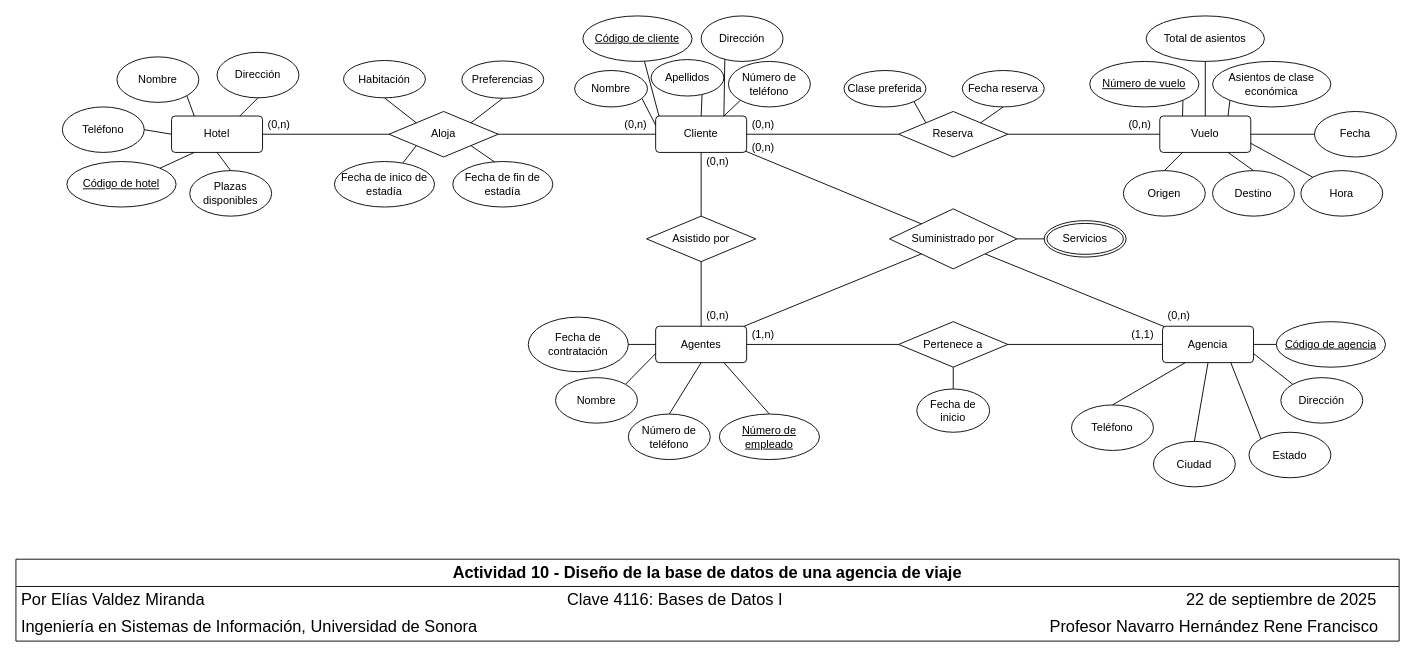
EliasValdezMiranda/Bases_de_Datos_I_Elias_Valdez_Miranda keeps this draw.io diagram as 10.- Diseño de la BD de una agencia de viajes/10.- Diseño de la BD de una agencia de viajes.drawio. Above is the earlier version. Source tidied: cells renumbered, new cells numbered last; positions are measured from the earlier drawing's top-left corner, leaving out a move shared by most shapes. Both pictures are drawn from the tidied source at 91%, with x=0, y=0 at pixel (15, 15).
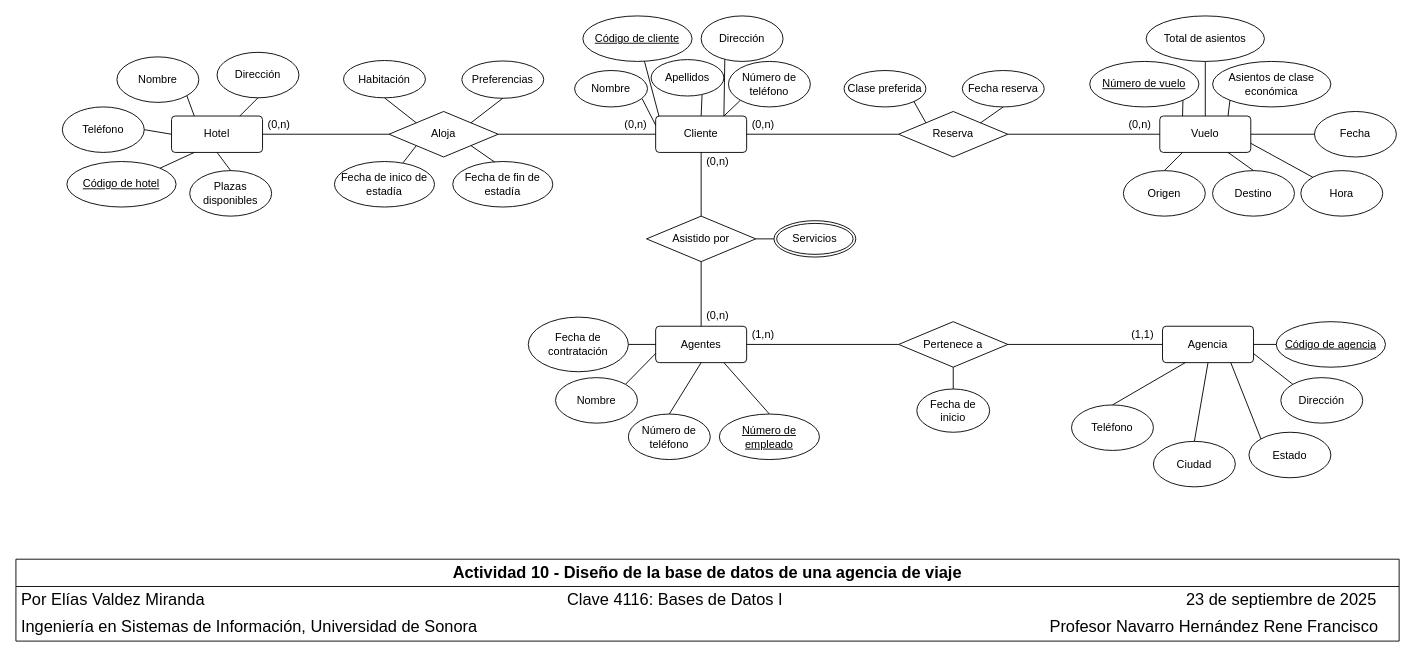
After the change.

Commit message (it also covers changes not shown here):
Actividad 10 - Correcciones agregadas

Unchanged cells that the change refers to:
```xml
<mxCell id="2" value="&lt;font style=&quot;font-size: 18px;&quot;&gt;&lt;b&gt;Actividad 10 - Diseño de la base de datos de una agencia de viaje&lt;/b&gt;&lt;/font&gt;" style="swimlane;fontStyle=0;horizontal=1;startSize=30;whiteSpace=wrap;html=1;" parent="1" vertex="1">
  <mxGeometry y="597" width="1520" height="90" as="geometry" />
</mxCell>
<mxCell id="20" value="Cliente" style="rounded=1;arcSize=10;whiteSpace=wrap;html=1;align=center;" parent="1" vertex="1">
  <mxGeometry x="703" y="110" width="100" height="40" as="geometry" />
</mxCell>
<mxCell id="26" value="Agencia" style="rounded=1;arcSize=10;whiteSpace=wrap;html=1;align=center;" parent="1" vertex="1">
  <mxGeometry x="1260" y="341" width="100" height="40" as="geometry" />
</mxCell>
<mxCell id="32" value="Agentes" style="rounded=1;arcSize=10;whiteSpace=wrap;html=1;align=center;" parent="1" vertex="1">
  <mxGeometry x="703" y="341" width="100" height="40" as="geometry" />
</mxCell>
<mxCell id="40" value="Asistido por" style="shape=rhombus;perimeter=rhombusPerimeter;whiteSpace=wrap;html=1;align=center;" parent="1" vertex="1">
  <mxGeometry x="693" y="220" width="120" height="50" as="geometry" />
</mxCell>
```

Change to the diagram source:
```diff
@@
-    <mxCell id="3" value="&lt;font style=&quot;font-size: 18px;&quot;&gt;Por Elías Valdez Miranda&lt;span style=&quot;white-space: pre;&quot;&gt;&#9;&lt;/span&gt;&lt;span style=&quot;white-space: pre;&quot;&gt;&#9;&lt;/span&gt;&lt;span style=&quot;white-space: pre;&quot;&gt;&#9;&lt;/span&gt;&lt;span style=&quot;white-space: pre;&quot;&gt;&#9;&lt;/span&gt;&lt;span style=&quot;white-space: pre;&quot;&gt;&#9;&lt;/span&gt;&lt;span style=&quot;white-space: pre;&quot;&gt;&#9;&lt;/span&gt;&lt;span style=&quot;white-space: pre;&quot;&gt;&#9;&lt;/span&gt;&lt;span style=&quot;white-space: pre;&quot;&gt;&#9;&lt;/span&gt;&lt;span style=&quot;white-space: pre;&quot;&gt;&#9;&lt;/span&gt;&lt;span style=&quot;white-space: pre;&quot;&gt;&#9;&lt;/span&gt;Clave 4116: Bases de Datos I&lt;span style=&quot;white-space: pre;&quot;&gt;&#9;&lt;span style=&quot;white-space: pre;&quot;&gt;&#9;&lt;/span&gt;&lt;span style=&quot;white-space: pre;&quot;&gt;&#9;&lt;/span&gt;&lt;span style=&quot;white-space: pre;&quot;&gt;&#9;&lt;/span&gt;&lt;span style=&quot;white-space: pre;&quot;&gt;&#9;&lt;/span&gt;&lt;span style=&quot;white-space: pre;&quot;&gt;&#9;&lt;/span&gt;&lt;span style=&quot;white-space: pre;&quot;&gt;&#9;&lt;span style=&quot;white-space: pre;&quot;&gt;&#9;&lt;span style=&quot;white-space: pre;&quot;&gt;&#9;&lt;span style=&quot;white-space: pre;&quot;&gt;&#9;&lt;span style=&quot;white-space: pre;&quot;&gt;&#9;&lt;span style=&quot;white-space: pre;&quot;&gt;&#9;&lt;/span&gt;&lt;/span&gt;&lt;/span&gt;&lt;/span&gt;&lt;/span&gt;&lt;/span&gt;&lt;/span&gt;&lt;span style=&quot;white-space: pre;&quot;&gt;2&lt;/span&gt;2&amp;nbsp;de septiembre de 2025&lt;/font&gt;" style="text;strokeColor=none;fillColor=none;align=left;verticalAlign=middle;spacingLeft=4;spacingRight=4;overflow=hidden;whiteSpace=wrap;html=1;" parent="2" vertex="1">
+    <mxCell id="3" value="&lt;font style=&quot;font-size: 18px;&quot;&gt;Por Elías Valdez Miranda&lt;span style=&quot;white-space: pre;&quot;&gt;&#9;&lt;/span&gt;&lt;span style=&quot;white-space: pre;&quot;&gt;&#9;&lt;/span&gt;&lt;span style=&quot;white-space: pre;&quot;&gt;&#9;&lt;/span&gt;&lt;span style=&quot;white-space: pre;&quot;&gt;&#9;&lt;/span&gt;&lt;span style=&quot;white-space: pre;&quot;&gt;&#9;&lt;/span&gt;&lt;span style=&quot;white-space: pre;&quot;&gt;&#9;&lt;/span&gt;&lt;span style=&quot;white-space: pre;&quot;&gt;&#9;&lt;/span&gt;&lt;span style=&quot;white-space: pre;&quot;&gt;&#9;&lt;/span&gt;&lt;span style=&quot;white-space: pre;&quot;&gt;&#9;&lt;/span&gt;&lt;span style=&quot;white-space: pre;&quot;&gt;&#9;&lt;/span&gt;Clave 4116: Bases de Datos I&lt;span style=&quot;white-space: pre;&quot;&gt;&#9;&lt;span style=&quot;white-space: pre;&quot;&gt;&#9;&lt;/span&gt;&lt;span style=&quot;white-space: pre;&quot;&gt;&#9;&lt;/span&gt;&lt;span style=&quot;white-space: pre;&quot;&gt;&#9;&lt;/span&gt;&lt;span style=&quot;white-space: pre;&quot;&gt;&#9;&lt;/span&gt;&lt;span style=&quot;white-space: pre;&quot;&gt;&#9;&lt;/span&gt;&lt;span style=&quot;white-space: pre;&quot;&gt;&#9;&lt;span style=&quot;white-space: pre;&quot;&gt;&#9;&lt;span style=&quot;white-space: pre;&quot;&gt;&#9;&lt;span style=&quot;white-space: pre;&quot;&gt;&#9;&lt;span style=&quot;white-space: pre;&quot;&gt;&#9;&lt;span style=&quot;white-space: pre;&quot;&gt;&#9;&lt;/span&gt;&lt;/span&gt;&lt;/span&gt;&lt;/span&gt;&lt;/span&gt;&lt;/span&gt;&lt;/span&gt;&lt;span style=&quot;white-space: pre;&quot;&gt;23&lt;/span&gt;&amp;nbsp;de septiembre de 2025&lt;/font&gt;" style="text;strokeColor=none;fillColor=none;align=left;verticalAlign=middle;spacingLeft=4;spacingRight=4;overflow=hidden;whiteSpace=wrap;html=1;" parent="2" vertex="1">
       <mxGeometry y="30" width="1520" height="30" as="geometry" />
     </mxCell>
@@
-    <mxCell id="95" style="endArrow=none;html=1;rounded=0;exitX=1;exitY=0.5;exitDx=0;exitDy=0;entryX=0;entryY=0.5;entryDx=0;entryDy=0;" parent="1" edge="1" source="99" target="96">
+    <mxCell id="95" style="endArrow=none;html=1;rounded=0;exitX=1;exitY=0.5;exitDx=0;exitDy=0;entryX=0;entryY=0.5;entryDx=0;entryDy=0;" parent="1" edge="1" source="40" target="96">
       <mxGeometry relative="1" as="geometry" />
     </mxCell>
     <mxCell id="96" value="Servicios" style="ellipse;shape=doubleEllipse;margin=3;whiteSpace=wrap;html=1;align=center;" parent="1" vertex="1">
-      <mxGeometry x="1130" y="225" width="90" height="40" as="geometry" />
+      <mxGeometry x="833" y="225" width="90" height="40" as="geometry" />
     </mxCell>
@@
-    <mxCell id="99" value="Suministrado por" style="shape=rhombus;perimeter=rhombusPerimeter;whiteSpace=wrap;html=1;align=center;" parent="1" vertex="1">
-      <mxGeometry x="960" y="212" width="140" height="66" as="geometry" />
-    </mxCell>
-    <mxCell id="100" style="endArrow=none;html=1;rounded=0;entryX=0;entryY=1;entryDx=0;entryDy=0;exitX=0.971;exitY=0.001;exitDx=0;exitDy=0;exitPerimeter=0;" parent="1" edge="1" source="32" target="99">
-      <mxGeometry relative="1" as="geometry" />
-    </mxCell>
-    <mxCell id="101" style="endArrow=none;html=1;rounded=0;entryX=0;entryY=0;entryDx=0;entryDy=0;exitX=0.987;exitY=0.965;exitDx=0;exitDy=0;exitPerimeter=0;" parent="1" edge="1" source="20" target="99">
-      <mxGeometry relative="1" as="geometry" />
-    </mxCell>
-    <mxCell id="102" style="endArrow=none;html=1;rounded=0;exitX=1;exitY=1;exitDx=0;exitDy=0;entryX=0.019;entryY=0.01;entryDx=0;entryDy=0;entryPerimeter=0;" parent="1" edge="1" source="99" target="26">
-      <mxGeometry relative="1" as="geometry" />
-    </mxCell>
-    <mxCell id="103" value="(0,n)" style="text;strokeColor=none;fillColor=none;align=left;verticalAlign=middle;spacingLeft=4;spacingRight=4;overflow=hidden;whiteSpace=wrap;html=1;" parent="1" vertex="1">
-      <mxGeometry x="1260" y="320" width="40" height="20" as="geometry" />
-    </mxCell>
-    <mxCell id="104" value="(0,n)" style="text;strokeColor=none;fillColor=none;align=left;verticalAlign=middle;spacingLeft=4;spacingRight=4;overflow=hidden;whiteSpace=wrap;html=1;" parent="1" vertex="1">
-      <mxGeometry x="803" y="135" width="40" height="20" as="geometry" />
-    </mxCell>
```
